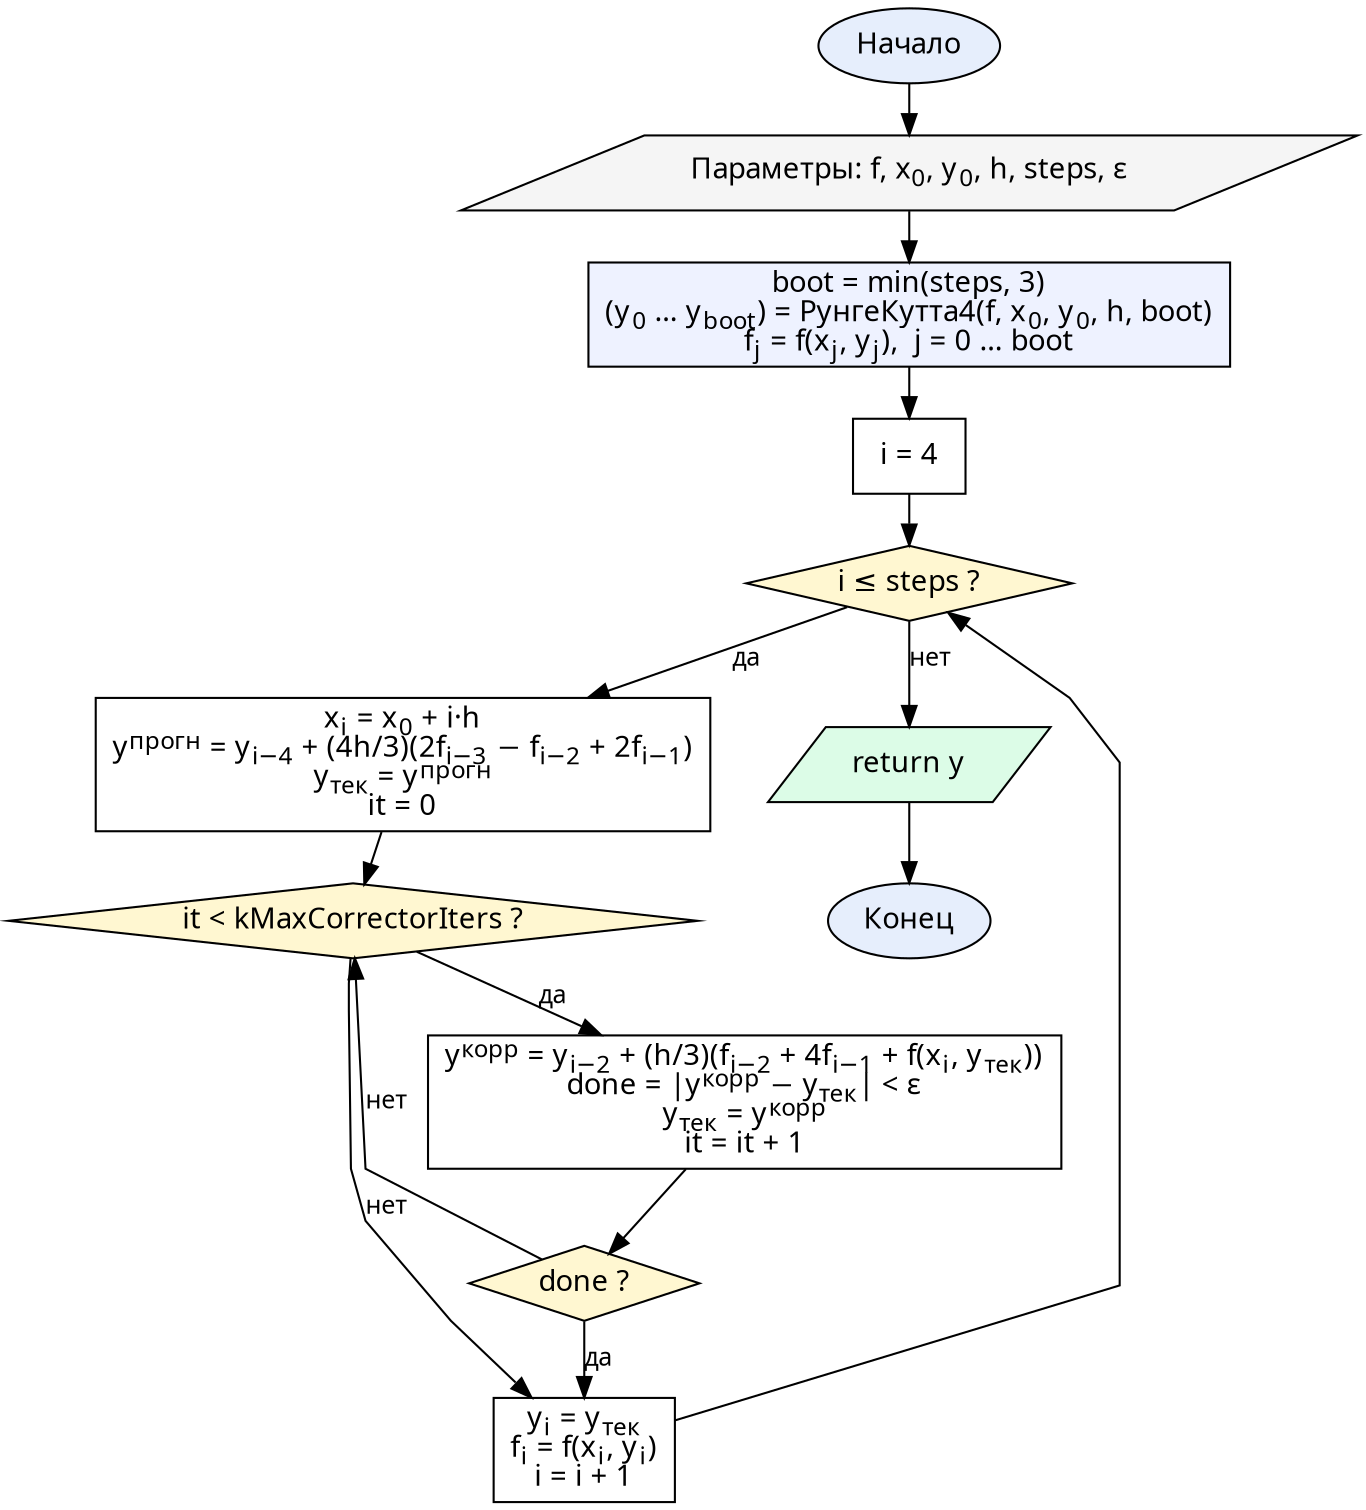
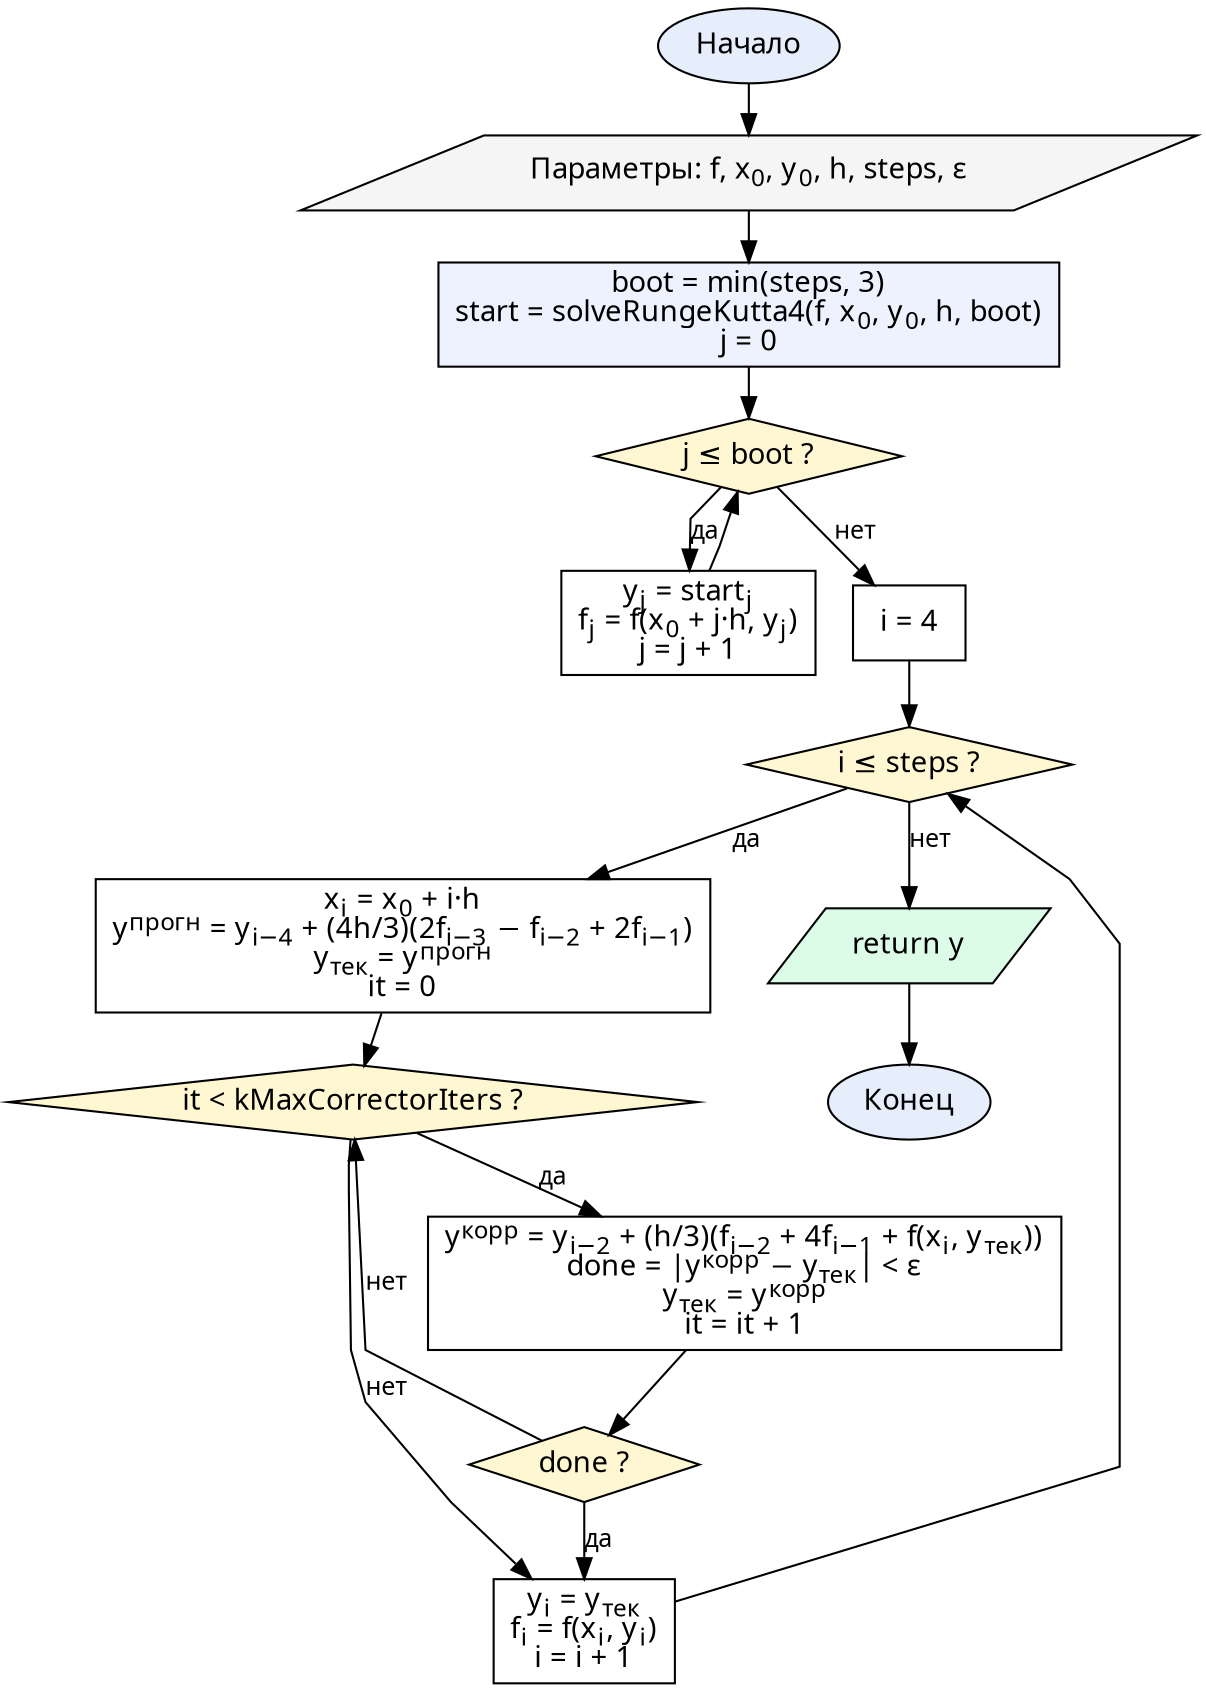
digraph Lab6Milne {
  graph [fontname="CMU Serif", rankdir=TB, nodesep=0.25, ranksep=0.32, splines=polyline]
  node  [fontname="CMU Serif", fontsize=14, style="filled", fillcolor="#ffffff", color="#000000"]
  edge  [fontname="CMU Serif", fontsize=12, color="#000000"]

  start  [label="Начало", shape=oval, fillcolor="#e6eefc"]
  input  [label=<Параметры: f, x<SUB>0</SUB>, y<SUB>0</SUB>, h, steps, ε>, shape=parallelogram, fillcolor="#f5f5f5"]
-   boot   [label=<boot = min(steps, 3)<BR/>(y<SUB>0</SUB> … y<SUB>boot</SUB>) = РунгеКутта4(f, x<SUB>0</SUB>, y<SUB>0</SUB>, h, boot)<BR/>f<SUB>j</SUB> = f(x<SUB>j</SUB>, y<SUB>j</SUB>),  j = 0 … boot>, shape=box, fillcolor="#eef2ff"]
+   boot   [label=<boot = min(steps, 3)<BR/>start = solveRungeKutta4(f, x<SUB>0</SUB>, y<SUB>0</SUB>, h, boot)<BR/>j = 0>, shape=box, fillcolor="#eef2ff"]
+   jchk   [label=<j ≤ boot ?>, shape=diamond, fillcolor="#fff7d1"]
+   jbody  [label=<y<SUB>j</SUB> = start<SUB>j</SUB><BR/>f<SUB>j</SUB> = f(x<SUB>0</SUB> + j·h, y<SUB>j</SUB>)<BR/>j = j + 1>, shape=box]
  init   [label=<i = 4>, shape=box]
  chk    [label=<i ≤ steps ?>, shape=diamond, fillcolor="#fff7d1"]
  pred   [label=<x<SUB>i</SUB> = x<SUB>0</SUB> + i·h<BR/>y<SUP>прогн</SUP> = y<SUB>i−4</SUB> + (4h/3)(2f<SUB>i−3</SUB> − f<SUB>i−2</SUB> + 2f<SUB>i−1</SUB>)<BR/>y<SUB>тек</SUB> = y<SUP>прогн</SUP><BR/>it = 0>, shape=box]
  ichk   [label=<it &lt; kMaxCorrectorIters ?>, shape=diamond, fillcolor="#fff7d1"]
  corr   [label=<y<SUP>корр</SUP> = y<SUB>i−2</SUB> + (h/3)(f<SUB>i−2</SUB> + 4f<SUB>i−1</SUB> + f(x<SUB>i</SUB>, y<SUB>тек</SUB>))<BR/>done = |y<SUP>корр</SUP> − y<SUB>тек</SUB>| &lt; ε<BR/>y<SUB>тек</SUB> = y<SUP>корр</SUP><BR/>it = it + 1>, shape=box]
  dchk   [label=<done ?>, shape=diamond, fillcolor="#fff7d1"]
  store  [label=<y<SUB>i</SUB> = y<SUB>тек</SUB><BR/>f<SUB>i</SUB> = f(x<SUB>i</SUB>, y<SUB>i</SUB>)<BR/>i = i + 1>, shape=box]
  output [label=<return y>, shape=parallelogram, fillcolor="#dcfce7"]
  stop   [label="Конец", shape=oval, fillcolor="#e6eefc"]

-   start -> input -> boot -> init -> chk
+   start -> input -> boot -> jchk
+   jchk -> jbody [label="да"]
+   jbody -> jchk
+   jchk -> init [label="нет"]
+   init -> chk
  chk -> pred [label="да"]
  pred -> ichk
  ichk -> corr [label="да"]
  corr -> dchk
  dchk -> store [label="да"]
  dchk -> ichk [label="нет"]
  ichk -> store [label="нет"]
  store -> chk
  chk -> output [label="нет"]
  output -> stop
}
